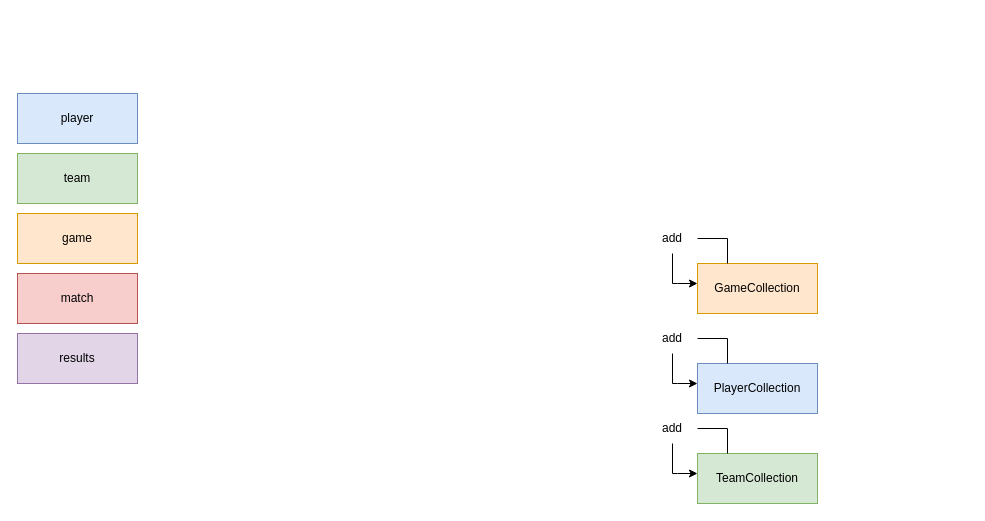
Before: media/state-machine.drawio in oja89/BoardGameTracker, a draw.io diagram. Source tidied: cells renumbered, new cells numbered last; positions are measured from the earlier drawing's top-left corner, leaving out a move shared by most shapes. Both pictures are drawn from the tidied source at 100%, with x=0, y=0 at pixel (17, 93).
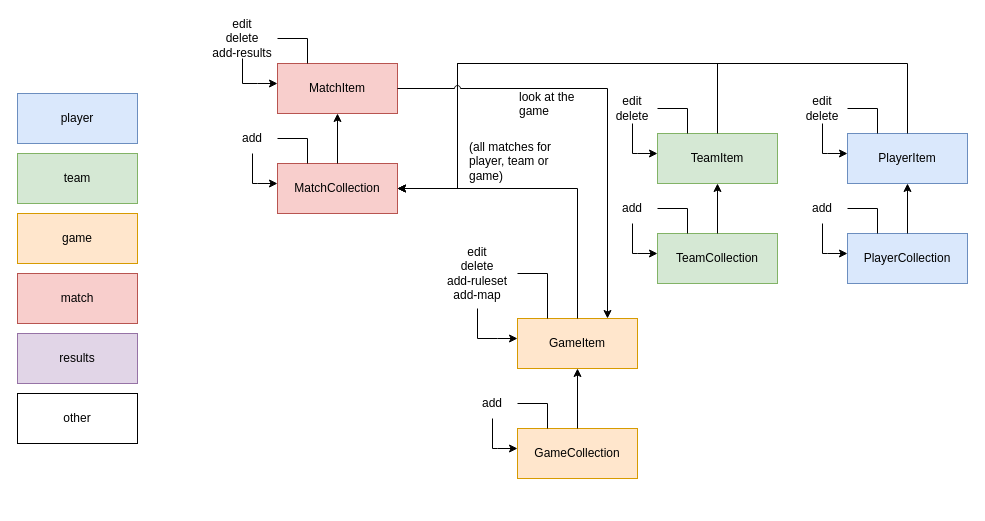
The same page after the edit.

Unchanged cells that the change refers to:
```xml
<mxCell id="8" value="GameCollection" style="rounded=0;whiteSpace=wrap;html=1;fillColor=#ffe6cc;strokeColor=#d79b00;" parent="7" vertex="1">
  <mxGeometry x="50" y="40" width="120" height="50" as="geometry" />
</mxCell>
<mxCell id="14" value="PlayerCollection" style="rounded=0;whiteSpace=wrap;html=1;fillColor=#dae8fc;strokeColor=#6c8ebf;" parent="13" vertex="1">
  <mxGeometry x="50" y="40" width="120" height="50" as="geometry" />
</mxCell>
<mxCell id="20" value="TeamCollection" style="rounded=0;whiteSpace=wrap;html=1;fillColor=#d5e8d4;strokeColor=#82b366;" parent="19" vertex="1">
  <mxGeometry x="50" y="40" width="120" height="50" as="geometry" />
</mxCell>
```

What changed in the source:
```diff
@@
     <mxCell id="7" style="group;" parent="1" vertex="1">
-      <mxGeometry x="630" y="130" width="170" height="90" as="geometry" />
+      <mxGeometry x="450" y="295" width="170" height="90" as="geometry" />
     </mxCell>
@@
     <mxCell id="13" style="group;" parent="1" vertex="1">
-      <mxGeometry x="630" y="230" width="170" height="90" as="geometry" />
+      <mxGeometry x="780" y="100" width="170" height="90" as="geometry" />
     </mxCell>
@@
     <mxCell id="19" style="group;" parent="1" vertex="1">
-      <mxGeometry x="630" y="320" width="170" height="90" as="geometry" />
+      <mxGeometry x="590" y="100" width="170" height="90" as="geometry" />
     </mxCell>
@@
+    <mxCell id="25" style="group;" parent="1" vertex="1">
+      <mxGeometry x="450" y="185" width="170" height="90" as="geometry" />
+    </mxCell>
+    <mxCell id="26" value="GameItem" style="rounded=0;whiteSpace=wrap;html=1;fillColor=#ffe6cc;strokeColor=#d79b00;" parent="25" vertex="1">
+      <mxGeometry x="50" y="40" width="120" height="50" as="geometry" />
+    </mxCell>
+    <mxCell id="27" style="edgeStyle=orthogonalEdgeStyle;rounded=0;jettySize=auto;html=1;exitX=0.5;exitY=1;exitDx=0;exitDy=0;" parent="25" edge="1" source="28">
+      <mxGeometry relative="1" as="geometry">
+        <mxPoint x="50" y="60" as="targetPoint" />
+        <Array as="points">
+          <mxPoint x="30" y="60" />
+          <mxPoint x="50" y="60" />
+        </Array>
+      </mxGeometry>
+    </mxCell>
+    <mxCell id="28" value="&lt;div&gt;edit&lt;/div&gt;&lt;div&gt;delete&lt;/div&gt;&lt;div&gt;add-ruleset&lt;/div&gt;&lt;div&gt;add-map&lt;br&gt;&lt;/div&gt;" style="rounded=0;whiteSpace=wrap;html=1;fillColor=none;strokeColor=none;" parent="25" vertex="1">
+      <mxGeometry x="-30" y="-40" width="80" height="70" as="geometry" />
+    </mxCell>
+    <mxCell id="29" style="edgeStyle=orthogonalEdgeStyle;rounded=0;jettySize=auto;html=1;exitX=0.25;exitY=0;exitDx=0;exitDy=0;entryX=1;entryY=0.5;entryDx=0;entryDy=0;strokeColor=none;" parent="25" edge="1" source="26" target="28">
+      <mxGeometry relative="1" as="geometry">
+        <Array as="points">
+          <mxPoint x="80" y="10" />
+        </Array>
+      </mxGeometry>
+    </mxCell>
+    <mxCell id="30" style="edgeStyle=orthogonalEdgeStyle;rounded=0;jettySize=auto;html=1;exitX=0.25;exitY=0;exitDx=0;exitDy=0;entryX=1;entryY=0.5;entryDx=0;entryDy=0;endSize=6;targetPerimeterSpacing=0;endArrow=none;endFill=0;" parent="25" edge="1" source="26" target="28">
+      <mxGeometry relative="1" as="geometry">
+        <Array as="points">
+          <mxPoint x="80" y="-5" />
+        </Array>
+      </mxGeometry>
+    </mxCell>
+    <mxCell id="31" style="edgeStyle=orthogonalEdgeStyle;rounded=0;jettySize=auto;html=1;" parent="1" edge="1" source="8" target="26">
+      <mxGeometry relative="1" as="geometry" />
+    </mxCell>
+    <mxCell id="32" style="group;" parent="1" vertex="1">
+      <mxGeometry x="780" width="170" height="90" as="geometry" />
+    </mxCell>
+    <mxCell id="33" value="&lt;div&gt;PlayerItem&lt;/div&gt;" style="rounded=0;whiteSpace=wrap;html=1;fillColor=#dae8fc;strokeColor=#6c8ebf;" parent="32" vertex="1">
+      <mxGeometry x="50" y="40" width="120" height="50" as="geometry" />
+    </mxCell>
+    <mxCell id="34" style="edgeStyle=orthogonalEdgeStyle;rounded=0;jettySize=auto;html=1;exitX=0.5;exitY=1;exitDx=0;exitDy=0;" parent="32" edge="1" source="35">
+      <mxGeometry relative="1" as="geometry">
+        <mxPoint x="50" y="60" as="targetPoint" />
+        <Array as="points">
+          <mxPoint x="30" y="60" />
+          <mxPoint x="50" y="60" />
+        </Array>
+      </mxGeometry>
+    </mxCell>
+    <mxCell id="35" value="&lt;div&gt;edit&lt;/div&gt;&lt;div&gt;delete&lt;br&gt;&lt;/div&gt;" style="rounded=0;whiteSpace=wrap;html=1;fillColor=none;strokeColor=none;" parent="32" vertex="1">
+      <mxGeometry width="50" height="30" as="geometry" />
+    </mxCell>
+    <mxCell id="36" style="edgeStyle=orthogonalEdgeStyle;rounded=0;jettySize=auto;html=1;exitX=0.25;exitY=0;exitDx=0;exitDy=0;entryX=1;entryY=0.5;entryDx=0;entryDy=0;strokeColor=none;" parent="32" edge="1" source="33" target="35">
+      <mxGeometry relative="1" as="geometry">
+        <Array as="points">
+          <mxPoint x="80" y="10" />
+        </Array>
+      </mxGeometry>
+    </mxCell>
+    <mxCell id="37" style="edgeStyle=orthogonalEdgeStyle;rounded=0;jettySize=auto;html=1;exitX=0.25;exitY=0;exitDx=0;exitDy=0;entryX=1;entryY=0.5;entryDx=0;entryDy=0;endSize=6;targetPerimeterSpacing=0;endArrow=none;endFill=0;" parent="32" edge="1" source="33" target="35">
+      <mxGeometry relative="1" as="geometry">
+        <Array as="points">
+          <mxPoint x="80" y="15" />
+        </Array>
+      </mxGeometry>
+    </mxCell>
+    <mxCell id="38" style="edgeStyle=orthogonalEdgeStyle;rounded=0;jettySize=auto;html=1;entryX=0.5;entryY=1;entryDx=0;entryDy=0;" parent="1" edge="1" source="14" target="33">
+      <mxGeometry relative="1" as="geometry" />
+    </mxCell>
+    <mxCell id="39" value="other" style="rounded=0;whiteSpace=wrap;html=1;" parent="1" vertex="1">
+      <mxGeometry y="300" width="120" height="50" as="geometry" />
+    </mxCell>
+    <mxCell id="40" style="group;" parent="1" vertex="1">
+      <mxGeometry x="590" width="170" height="90" as="geometry" />
+    </mxCell>
+    <mxCell id="41" value="&lt;div&gt;TeamItem&lt;/div&gt;" style="rounded=0;whiteSpace=wrap;html=1;fillColor=#d5e8d4;strokeColor=#82b366;" parent="40" vertex="1">
+      <mxGeometry x="50" y="40" width="120" height="50" as="geometry" />
+    </mxCell>
+    <mxCell id="42" style="edgeStyle=orthogonalEdgeStyle;rounded=0;jettySize=auto;html=1;exitX=0.5;exitY=1;exitDx=0;exitDy=0;" parent="40" edge="1" source="43">
+      <mxGeometry relative="1" as="geometry">
+        <mxPoint x="50" y="60" as="targetPoint" />
+        <Array as="points">
+          <mxPoint x="30" y="60" />
+          <mxPoint x="50" y="60" />
+        </Array>
+      </mxGeometry>
+    </mxCell>
+    <mxCell id="43" value="&lt;div&gt;edit&lt;/div&gt;&lt;div&gt;delete&lt;br&gt;&lt;/div&gt;" style="rounded=0;whiteSpace=wrap;html=1;fillColor=none;strokeColor=none;" parent="40" vertex="1">
+      <mxGeometry width="50" height="30" as="geometry" />
+    </mxCell>
+    <mxCell id="44" style="edgeStyle=orthogonalEdgeStyle;rounded=0;jettySize=auto;html=1;exitX=0.25;exitY=0;exitDx=0;exitDy=0;entryX=1;entryY=0.5;entryDx=0;entryDy=0;strokeColor=none;" parent="40" edge="1" source="41" target="43">
+      <mxGeometry relative="1" as="geometry">
+        <Array as="points">
+          <mxPoint x="80" y="10" />
+        </Array>
+      </mxGeometry>
+    </mxCell>
+    <mxCell id="45" style="edgeStyle=orthogonalEdgeStyle;rounded=0;jettySize=auto;html=1;exitX=0.25;exitY=0;exitDx=0;exitDy=0;entryX=1;entryY=0.5;entryDx=0;entryDy=0;endSize=6;targetPerimeterSpacing=0;endArrow=none;endFill=0;" parent="40" edge="1" source="41" target="43">
+      <mxGeometry relative="1" as="geometry">
+        <Array as="points">
+          <mxPoint x="80" y="15" />
+        </Array>
+      </mxGeometry>
+    </mxCell>
+    <mxCell id="46" style="edgeStyle=orthogonalEdgeStyle;rounded=0;jettySize=auto;html=1;" parent="1" edge="1" source="20" target="41">
+      <mxGeometry relative="1" as="geometry" />
+    </mxCell>
+    <mxCell id="47" style="group;" parent="1" vertex="1">
+      <mxGeometry x="210" y="30" width="170" height="90" as="geometry" />
+    </mxCell>
+    <mxCell id="48" value="MatchCollection" style="rounded=0;whiteSpace=wrap;html=1;fillColor=#f8cecc;strokeColor=#b85450;" parent="47" vertex="1">
+      <mxGeometry x="50" y="40" width="120" height="50" as="geometry" />
+    </mxCell>
+    <mxCell id="49" style="edgeStyle=orthogonalEdgeStyle;rounded=0;jettySize=auto;html=1;exitX=0.5;exitY=1;exitDx=0;exitDy=0;" parent="47" edge="1" source="50">
+      <mxGeometry relative="1" as="geometry">
+        <mxPoint x="50" y="60" as="targetPoint" />
+        <Array as="points">
+          <mxPoint x="30" y="60" />
+          <mxPoint x="50" y="60" />
+        </Array>
+      </mxGeometry>
+    </mxCell>
+    <mxCell id="50" value="add" style="rounded=0;whiteSpace=wrap;html=1;fillColor=none;strokeColor=none;" parent="47" vertex="1">
+      <mxGeometry width="50" height="30" as="geometry" />
+    </mxCell>
+    <mxCell id="51" style="edgeStyle=orthogonalEdgeStyle;rounded=0;jettySize=auto;html=1;exitX=0.25;exitY=0;exitDx=0;exitDy=0;entryX=1;entryY=0.5;entryDx=0;entryDy=0;strokeColor=none;" parent="47" edge="1" source="48" target="50">
+      <mxGeometry relative="1" as="geometry">
+        <Array as="points">
+          <mxPoint x="80" y="10" />
+        </Array>
+      </mxGeometry>
+    </mxCell>
+    <mxCell id="52" style="edgeStyle=orthogonalEdgeStyle;rounded=0;jettySize=auto;html=1;exitX=0.25;exitY=0;exitDx=0;exitDy=0;entryX=1;entryY=0.5;entryDx=0;entryDy=0;endSize=6;targetPerimeterSpacing=0;endArrow=none;endFill=0;" parent="47" edge="1" source="48" target="50">
+      <mxGeometry relative="1" as="geometry">
+        <Array as="points">
+          <mxPoint x="80" y="15" />
+        </Array>
+      </mxGeometry>
+    </mxCell>
+    <mxCell id="53" style="group;" parent="1" vertex="1">
+      <mxGeometry x="210" y="-70" width="170" height="90" as="geometry" />
+    </mxCell>
+    <mxCell id="54" value="MatchItem" style="rounded=0;whiteSpace=wrap;html=1;fillColor=#f8cecc;strokeColor=#b85450;" parent="53" vertex="1">
+      <mxGeometry x="50" y="40" width="120" height="50" as="geometry" />
+    </mxCell>
+    <mxCell id="55" style="edgeStyle=orthogonalEdgeStyle;rounded=0;jettySize=auto;html=1;exitX=0.5;exitY=1;exitDx=0;exitDy=0;" parent="53" edge="1" source="56">
+      <mxGeometry relative="1" as="geometry">
+        <mxPoint x="50" y="60" as="targetPoint" />
+        <Array as="points">
+          <mxPoint x="30" y="60" />
+          <mxPoint x="50" y="60" />
+        </Array>
+      </mxGeometry>
+    </mxCell>
+    <mxCell id="56" value="&lt;div&gt;edit&lt;/div&gt;&lt;div&gt;delete&lt;br&gt;&lt;/div&gt;&lt;div&gt;add-results&lt;br&gt;&lt;/div&gt;" style="rounded=0;whiteSpace=wrap;html=1;fillColor=none;strokeColor=none;" parent="53" vertex="1">
+      <mxGeometry x="-20" y="-5" width="70" height="40" as="geometry" />
+    </mxCell>
+    <mxCell id="57" style="edgeStyle=orthogonalEdgeStyle;rounded=0;jettySize=auto;html=1;exitX=0.25;exitY=0;exitDx=0;exitDy=0;entryX=1;entryY=0.75;entryDx=0;entryDy=0;strokeColor=none;" parent="53" edge="1" source="54" target="56">
+      <mxGeometry relative="1" as="geometry">
+        <Array as="points">
+          <mxPoint x="80" y="10" />
+          <mxPoint x="50" y="10" />
+        </Array>
+      </mxGeometry>
+    </mxCell>
+    <mxCell id="58" style="edgeStyle=orthogonalEdgeStyle;rounded=0;jettySize=auto;html=1;exitX=0.25;exitY=0;exitDx=0;exitDy=0;entryX=1;entryY=0.5;entryDx=0;entryDy=0;endSize=6;targetPerimeterSpacing=0;endArrow=none;endFill=0;" parent="53" edge="1" source="54" target="56">
+      <mxGeometry relative="1" as="geometry">
+        <Array as="points">
+          <mxPoint x="80" y="15" />
+        </Array>
+      </mxGeometry>
+    </mxCell>
+    <mxCell id="59" style="edgeStyle=orthogonalEdgeStyle;rounded=0;jettySize=auto;html=1;entryX=0.5;entryY=1;entryDx=0;entryDy=0;" parent="1" edge="1" source="48" target="54">
+      <mxGeometry relative="1" as="geometry" />
+    </mxCell>
+    <mxCell id="60" value="(all matches for player, team or game)" style="text;whiteSpace=wrap;html=1;" parent="1" vertex="1">
+      <mxGeometry x="450" y="40" width="90" height="40" as="geometry" />
+    </mxCell>
+    <mxCell id="61" style="edgeStyle=orthogonalEdgeStyle;rounded=0;jettySize=auto;html=1;exitX=0.5;exitY=0;exitDx=0;exitDy=0;entryX=1;entryY=0.5;entryDx=0;entryDy=0;" parent="1" edge="1" source="26" target="48">
+      <mxGeometry relative="1" as="geometry" />
+    </mxCell>
+    <mxCell id="62" style="edgeStyle=orthogonalEdgeStyle;rounded=0;jettySize=auto;html=1;exitX=0.5;exitY=0;exitDx=0;exitDy=0;entryX=1;entryY=0.5;entryDx=0;entryDy=0;" parent="1" edge="1" source="41" target="48">
+      <mxGeometry relative="1" as="geometry">
+        <Array as="points">
+          <mxPoint x="700" y="-30" />
+          <mxPoint x="440" y="-30" />
+          <mxPoint x="440" y="95" />
+        </Array>
+      </mxGeometry>
+    </mxCell>
+    <mxCell id="63" style="edgeStyle=orthogonalEdgeStyle;rounded=0;jettySize=auto;html=1;exitX=0.5;exitY=0;exitDx=0;exitDy=0;entryX=1;entryY=0.5;entryDx=0;entryDy=0;" parent="1" edge="1" source="33" target="48">
+      <mxGeometry relative="1" as="geometry">
+        <Array as="points">
+          <mxPoint x="890" y="-30" />
+          <mxPoint x="440" y="-30" />
+          <mxPoint x="440" y="95" />
+        </Array>
+      </mxGeometry>
+    </mxCell>
+    <mxCell id="64" style="edgeStyle=orthogonalEdgeStyle;rounded=0;jettySize=auto;html=1;exitX=1;exitY=0.5;exitDx=0;exitDy=0;entryX=0.75;entryY=0;entryDx=0;entryDy=0;jumpStyle=arc;" parent="1" edge="1" source="54" target="26">
+      <mxGeometry relative="1" as="geometry" />
+    </mxCell>
+    <mxCell id="65" value="look at the game" style="text;whiteSpace=wrap;html=1;" parent="1" vertex="1">
+      <mxGeometry x="500" y="-10" width="90" height="40" as="geometry" />
+    </mxCell>
```
